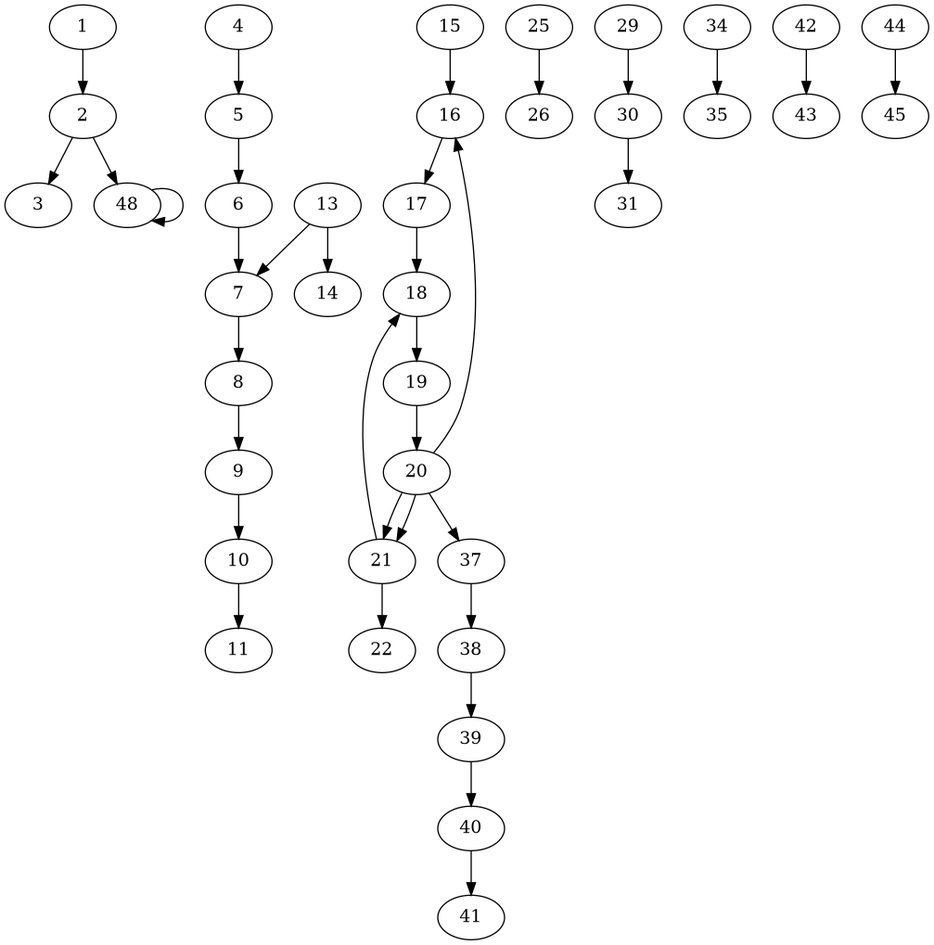
Earlier version of the Graphviz export dz_01/result1.png (rkolyan/Algorithm-s-Analyses). Its source is kept beside it as dz_01/result1.dot. Its diagram source:
```dot
digraph
{
1 -> 2
2 -> 3
2 -> 48
4 -> 5
5 -> 6
6 -> 7
7 -> 8
8 -> 9
9 -> 10
10 -> 11
13 -> 7
13 -> 14
15 -> 16
16 -> 17
17 -> 18
18 -> 19
19 -> 20
20 -> 16
20 -> 21
20 -> 21
20 -> 37
21 -> 18
21 -> 22
25 -> 26
29 -> 30
30 -> 31
34 -> 35
37 -> 38
38 -> 39
39 -> 40
40 -> 41
42 -> 43
44 -> 45
48 -> 48
}
```
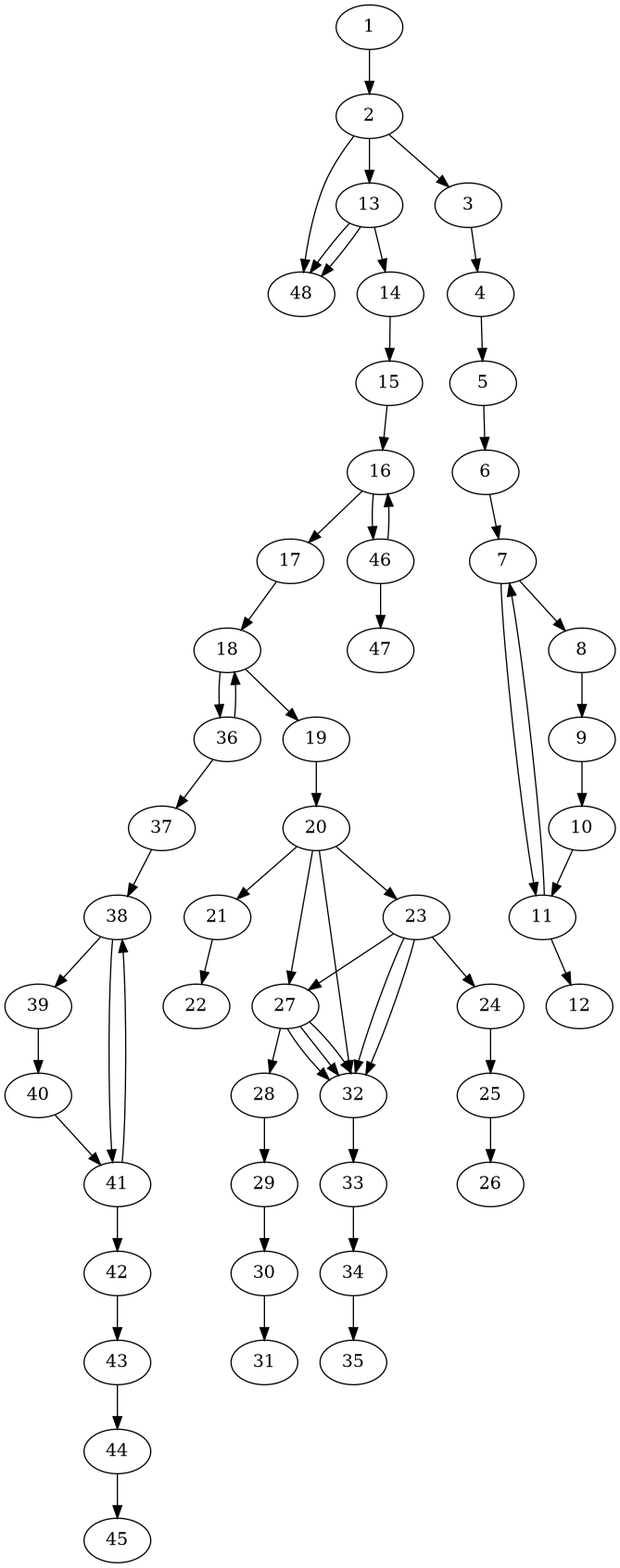
Later version of the same file.

The edit, as a diff of the source:
```diff
@@ -1,37 +1,64 @@
 digraph
 {
 1 -> 2
+2 -> 13
+2 -> 48
 2 -> 3
-2 -> 48
+3 -> 4
 4 -> 5
 5 -> 6
 6 -> 7
+7 -> 11
 7 -> 8
 8 -> 9
 9 -> 10
 10 -> 11
-13 -> 7
+11 -> 7
+11 -> 12
+13 -> 48
+13 -> 48
 13 -> 14
+14 -> 15
 15 -> 16
+16 -> 46
 16 -> 17
 17 -> 18
+18 -> 36
 18 -> 19
 19 -> 20
-20 -> 16
+20 -> 23
+20 -> 27
+20 -> 32
 20 -> 21
-20 -> 21
-20 -> 37
-21 -> 18
 21 -> 22
+23 -> 32
+23 -> 27
+23 -> 32
+23 -> 24
+24 -> 25
 25 -> 26
+27 -> 32
+27 -> 32
+27 -> 32
+27 -> 28
+28 -> 29
 29 -> 30
 30 -> 31
+32 -> 33
+33 -> 34
 34 -> 35
+36 -> 18
+36 -> 37
 37 -> 38
+38 -> 41
 38 -> 39
 39 -> 40
 40 -> 41
+41 -> 38
+41 -> 42
 42 -> 43
+43 -> 44
 44 -> 45
-48 -> 48
+46 -> 16
+46 -> 47
 }
```
